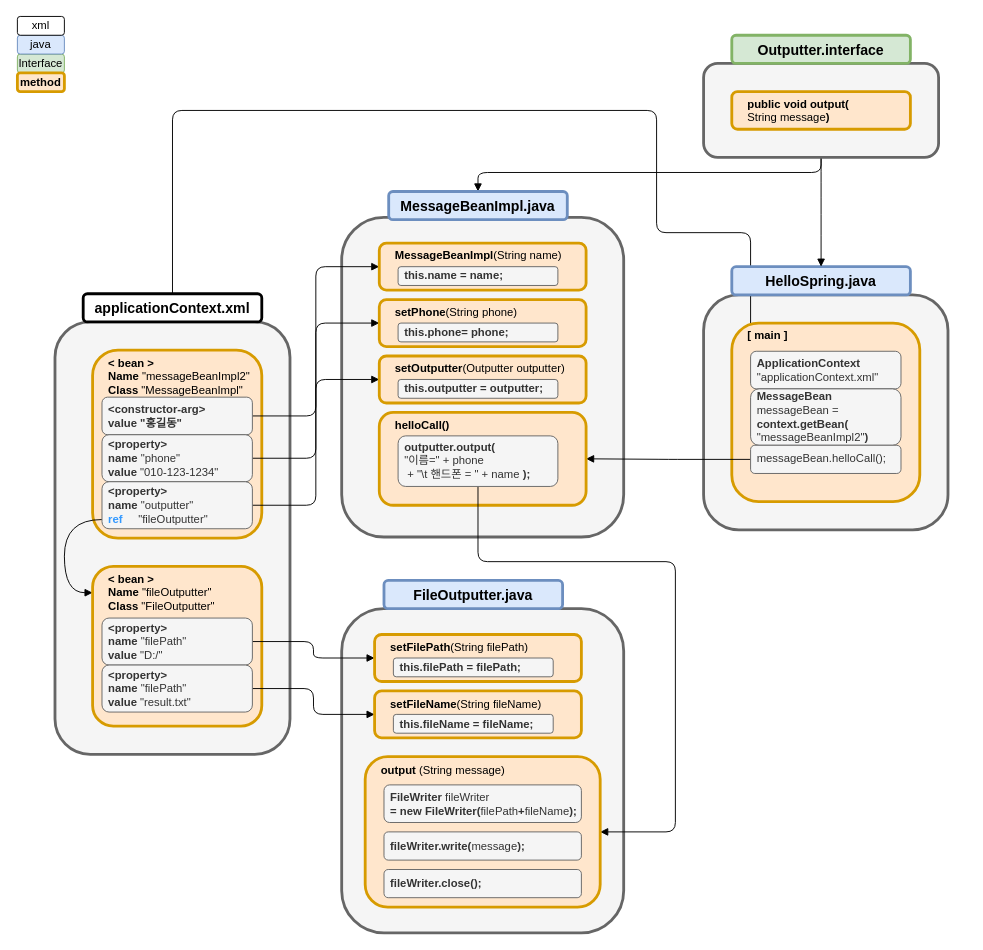
The draw.io diagram Untitled Diagram.drawio in Deanioche/Sandbox, before the edit. Source tidied: cells renumbered, new cells numbered last; positions are measured from the earlier drawing's top-left corner, leaving out a move shared by most shapes. Both pictures are drawn from the tidied source at 94%, with x=0, y=0 at pixel (17, 16).
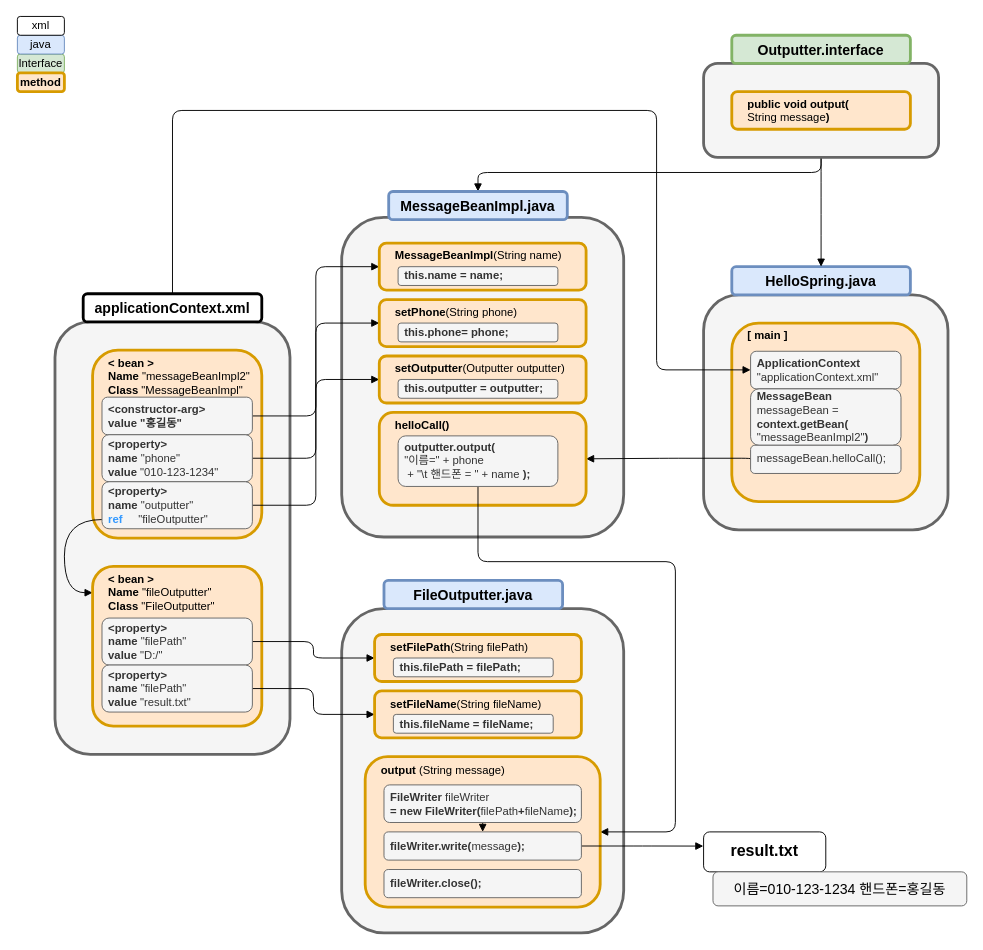
The same diagram, later.

Unchanged cells that the change refers to:
```xml
<mxCell id="10" value="&lt;b&gt;&lt;font style=&quot;font-size: 15px&quot;&gt;applicationContext.xml&lt;/font&gt;&lt;/b&gt;" style="rounded=1;whiteSpace=wrap;html=1;fontSize=12;glass=0;strokeWidth=3;shadow=0;" parent="1" vertex="1">
  <mxGeometry x="70" y="295" width="190" height="30" as="geometry" />
</mxCell>
<mxCell id="26" value="&lt;div&gt;&lt;b&gt;ApplicationContext&lt;/b&gt;&lt;br&gt;&lt;/div&gt;&quot;applicationContext.xml&quot;" style="rounded=1;whiteSpace=wrap;html=1;fontSize=12;glass=0;strokeWidth=1;shadow=0;fillColor=#f5f5f5;strokeColor=#666666;fontColor=#333333;align=left;spacingTop=0;spacingLeft=5;" parent="1" vertex="1">
  <mxGeometry x="780" y="356.2" width="160" height="40" as="geometry" />
</mxCell>
<mxCell id="29" value="messageBean.helloCall();" style="rounded=1;whiteSpace=wrap;html=1;fontSize=12;glass=0;strokeWidth=1;shadow=0;fillColor=#f5f5f5;strokeColor=#666666;fontColor=#333333;align=left;spacingTop=0;spacingLeft=5;" parent="1" vertex="1">
  <mxGeometry x="780" y="456.2" width="160" height="30" as="geometry" />
</mxCell>
<mxCell id="43" value="&lt;b&gt;helloCall()&lt;/b&gt;&lt;br&gt;&lt;br&gt;&lt;div&gt;&lt;br&gt;&lt;/div&gt;" style="rounded=1;whiteSpace=wrap;html=1;fontSize=12;glass=0;strokeWidth=3;shadow=0;fillColor=#ffe6cc;strokeColor=#d79b00;align=left;spacingLeft=15;labelBorderColor=none;horizontal=1;verticalAlign=top;" parent="1" vertex="1">
  <mxGeometry x="385" y="421.2" width="220" height="98.8" as="geometry" />
</mxCell>
<mxCell id="53" value="&lt;b&gt;FileWriter &lt;/b&gt;fileWriter &lt;br&gt;&lt;b&gt;= new FileWriter(&lt;/b&gt;filePath&lt;b&gt;+&lt;/b&gt;fileName&lt;b&gt;);&lt;/b&gt;&lt;br&gt;&lt;div&gt;&lt;/div&gt;" style="rounded=1;whiteSpace=wrap;html=1;fontSize=12;glass=0;strokeWidth=1;shadow=0;fillColor=#f5f5f5;strokeColor=#666666;fontColor=#333333;align=left;spacingTop=0;spacingLeft=5;" parent="1" vertex="1">
  <mxGeometry x="390" y="817.5" width="210" height="40" as="geometry" />
</mxCell>
<mxCell id="54" value="&lt;b&gt;fileWriter.write(&lt;/b&gt;message&lt;b&gt;);&lt;/b&gt;&lt;br&gt;&lt;div&gt;&lt;/div&gt;" style="rounded=1;whiteSpace=wrap;html=1;fontSize=12;glass=0;strokeWidth=1;shadow=0;fillColor=#f5f5f5;strokeColor=#666666;fontColor=#333333;align=left;spacingTop=0;spacingLeft=5;" parent="1" vertex="1">
  <mxGeometry x="390" y="867.5" width="210" height="30" as="geometry" />
</mxCell>
```

What changed in the source:
```diff
@@
-    <mxCell id="9" style="edgeStyle=orthogonalEdgeStyle;rounded=1;jumpSize=6;jettySize=auto;html=1;exitX=0.5;exitY=0;exitDx=0;exitDy=0;entryX=0;entryY=0.5;entryDx=0;entryDy=0;endArrow=block;endFill=1;" parent="1" edge="1" source="10" target="26">
-      <mxGeometry relative="1" as="geometry">
-        <Array as="points">
-          <mxPoint x="165" y="100" />
-          <mxPoint x="680" y="100" />
-          <mxPoint x="680" y="230" />
-          <mxPoint x="780" y="230" />
-        </Array>
-      </mxGeometry>
-    </mxCell>
@@
     <mxCell id="28" style="edgeStyle=orthogonalEdgeStyle;jumpSize=6;jettySize=auto;html=1;exitX=0;exitY=0.5;exitDx=0;exitDy=0;entryX=1;entryY=0.5;entryDx=0;entryDy=0;endArrow=block;endFill=1;rounded=1;" parent="1" edge="1" source="29" target="43">
-      <mxGeometry relative="1" as="geometry" />
+      <mxGeometry relative="1" as="geometry">
+        <Array as="points">
+          <mxPoint x="780" y="470" />
+          <mxPoint x="693" y="470" />
+        </Array>
+      </mxGeometry>
     </mxCell>
@@
+    <mxCell id="56" style="edgeStyle=orthogonalEdgeStyle;rounded=1;jumpSize=6;jettySize=auto;html=1;exitX=0.5;exitY=1;exitDx=0;exitDy=0;entryX=0.5;entryY=0;entryDx=0;entryDy=0;endArrow=block;endFill=1;fontSize=19;" parent="1" edge="1" source="53" target="54">
+      <mxGeometry relative="1" as="geometry" />
+    </mxCell>
@@
+    <mxCell id="57" style="edgeStyle=orthogonalEdgeStyle;rounded=1;jumpSize=6;jettySize=auto;html=1;exitX=1;exitY=0.5;exitDx=0;exitDy=0;entryX=-0.002;entryY=0.355;entryDx=0;entryDy=0;entryPerimeter=0;endArrow=block;endFill=1;fontSize=19;" parent="1" edge="1" source="54" target="58">
+      <mxGeometry relative="1" as="geometry" />
+    </mxCell>
@@
+    <mxCell id="58" value="&lt;b&gt;&lt;font style=&quot;font-size: 17px&quot;&gt;result.txt&lt;/font&gt;&lt;/b&gt;" style="rounded=1;whiteSpace=wrap;html=1;" parent="1" vertex="1">
+      <mxGeometry x="730" y="867.5" width="130" height="42.5" as="geometry" />
+    </mxCell>
+    <mxCell id="59" value="&lt;span style=&quot;color: rgb(0 , 0 , 0) ; font-family: &amp;#34;helvetica&amp;#34; ; text-align: left&quot;&gt;&lt;font style=&quot;font-size: 15px&quot;&gt;이름=010-123-1234 핸드폰=홍길동&lt;/font&gt;&lt;/span&gt;" style="rounded=1;whiteSpace=wrap;html=1;fillColor=#f5f5f5;strokeColor=#666666;fontColor=#333333;" parent="1" vertex="1">
+      <mxGeometry x="740" y="910" width="270" height="36.2" as="geometry" />
+    </mxCell>
+    <mxCell id="9" style="edgeStyle=orthogonalEdgeStyle;rounded=1;jumpSize=6;jettySize=auto;html=1;exitX=0.5;exitY=0;exitDx=0;exitDy=0;endArrow=block;endFill=1;" parent="1" edge="1" source="10">
+      <mxGeometry relative="1" as="geometry">
+        <mxPoint x="780" y="376" as="targetPoint" />
+        <Array as="points">
+          <mxPoint x="165" y="100" />
+          <mxPoint x="680" y="100" />
+          <mxPoint x="680" y="376" />
+        </Array>
+      </mxGeometry>
+    </mxCell>
```
